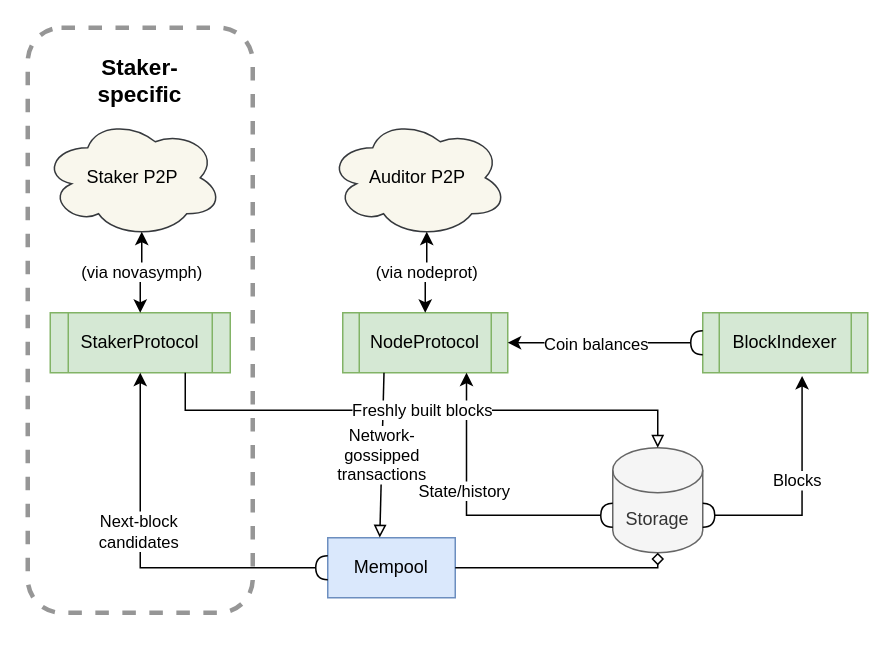
This is diagram.drawio from mel-project/melnode, a draw.io file, before an edit. Source tidied: cells renumbered, new cells numbered last; positions are measured from the earlier drawing's top-left corner, leaving out a move shared by most shapes. Both pictures are drawn from the tidied source at 150%, with x=0, y=0 at pixel (27, 27).
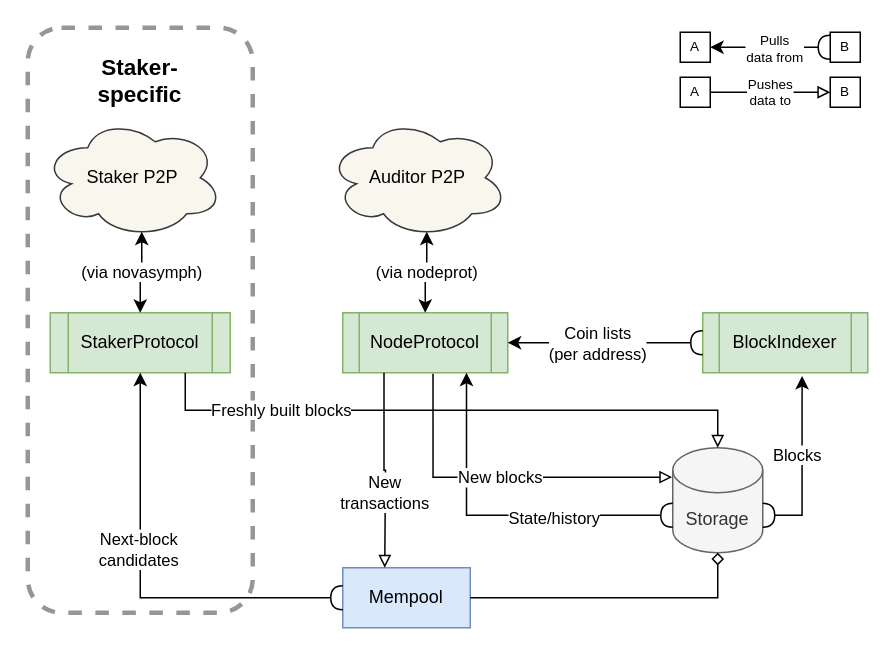
The same diagram, later.

The change refers to these unchanged cells:
```xml
<mxCell id="3" value="NodeProtocol" style="shape=process;whiteSpace=wrap;html=1;backgroundOutline=1;fontFamily=Iosevka Aile;fillColor=#d5e8d4;strokeColor=#82b366;" parent="1" vertex="1">
  <mxGeometry x="210" y="190" width="110" height="40" as="geometry" />
</mxCell>
<mxCell id="6" style="endArrow=classic;html=1;rounded=0;exitX=0;exitY=0;exitDx=0;exitDy=45;entryX=0.75;entryY=1;entryDx=0;entryDy=0;startArrow=halfCircle;startFill=0;endFill=1;exitPerimeter=0;edgeStyle=orthogonalEdgeStyle;fontFamily=Iosevka Aile;" parent="1" edge="1" source="4" target="3">
  <mxGeometry relative="1" as="geometry" />
</mxCell>
<mxCell id="12" style="endArrow=classic;html=1;rounded=0;exitX=0;exitY=0.5;exitDx=0;exitDy=0;entryX=1;entryY=0.5;entryDx=0;entryDy=0;startArrow=halfCircle;startFill=0;endFill=1;edgeStyle=orthogonalEdgeStyle;fontFamily=Iosevka Aile;" parent="1" edge="1" source="5" target="3">
  <mxGeometry relative="1" as="geometry" />
</mxCell>
<mxCell id="17" value="StakerProtocol" style="shape=process;whiteSpace=wrap;html=1;backgroundOutline=1;fontFamily=Iosevka Aile;fillColor=#d5e8d4;strokeColor=#82b366;" parent="1" vertex="1">
  <mxGeometry x="15" y="190" width="120" height="40" as="geometry" />
</mxCell>
```

Diff of the diagram source:
```diff
@@
     <mxCell id="4" value="Storage" style="shape=cylinder3;whiteSpace=wrap;html=1;boundedLbl=1;backgroundOutline=1;size=15;fontFamily=Iosevka Aile;fillColor=#f5f5f5;strokeColor=#666666;fontColor=#333333;" parent="1" vertex="1">
-      <mxGeometry x="390" y="280" width="60" height="70" as="geometry" />
+      <mxGeometry x="430" y="280" width="60" height="70" as="geometry" />
     </mxCell>
@@
     <mxCell id="7" value="State/history" style="edgeLabel;html=1;align=center;verticalAlign=middle;fontFamily=Iosevka Aile;" parent="6" vertex="1">
-      <mxGeometry x="0.18" y="2" relative="1" as="geometry" />
+      <mxGeometry x="0.18" y="2" relative="1" as="geometry">
+        <mxPoint x="57" y="-1" as="offset" />
+      </mxGeometry>
     </mxCell>
@@
     <mxCell id="10" value="Mempool" style="shape=rectangle;whiteSpace=wrap;html=1;backgroundOutline=1;fontFamily=Iosevka Aile;rounded=0;perimeter=rectanglePerimeter;fillColor=#dae8fc;strokeColor=#6c8ebf;" parent="1" vertex="1">
-      <mxGeometry x="200" y="340" width="85" height="40" as="geometry" />
+      <mxGeometry x="210" y="360" width="85" height="40" as="geometry" />
     </mxCell>
@@
-    <mxCell id="13" value="Coin balances" style="edgeLabel;html=1;align=center;verticalAlign=middle;fontFamily=Iosevka Aile;" parent="12" vertex="1">
+    <mxCell id="13" value="Coin lists&lt;br&gt;(per address)" style="edgeLabel;html=1;align=center;verticalAlign=middle;fontFamily=Iosevka Aile;" parent="12" vertex="1">
       <mxGeometry x="0.21" relative="1" as="geometry">
-        <mxPoint x="7" as="offset" />
+        <mxPoint x="8" as="offset" />
       </mxGeometry>
     </mxCell>
-    <mxCell id="14" value="Network-&lt;br&gt;gossipped&lt;br&gt;transactions" style="endArrow=block;html=1;rounded=0;fontFamily=Iosevka Aile;elbow=vertical;exitX=0.25;exitY=1;exitDx=0;exitDy=0;entryX=0.408;entryY=-0.004;entryDx=0;entryDy=0;entryPerimeter=0;endFill=0;" parent="1" edge="1" source="3" target="10">
-      <mxGeometry relative="1" as="geometry" />
+    <mxCell id="14" value="New&lt;br&gt;transactions" style="endArrow=block;html=1;rounded=0;fontFamily=Iosevka Aile;elbow=vertical;exitX=0.25;exitY=1;exitDx=0;exitDy=0;endFill=0;edgeStyle=orthogonalEdgeStyle;" parent="1" edge="1" source="3">
+      <mxGeometry x="0.23" relative="1" as="geometry">
+        <mxPoint x="238" y="360" as="targetPoint" />
+      </mxGeometry>
     </mxCell>
@@
     <mxCell id="20" value="Freshly built blocks" style="endArrow=block;html=1;rounded=0;fontFamily=Iosevka Aile;elbow=vertical;entryX=0.5;entryY=0;entryDx=0;entryDy=0;entryPerimeter=0;endFill=0;edgeStyle=orthogonalEdgeStyle;exitX=0.75;exitY=1;exitDx=0;exitDy=0;" parent="1" edge="1" source="17" target="4">
-      <mxGeometry relative="1" as="geometry" />
+      <mxGeometry x="-0.56" relative="1" as="geometry" />
     </mxCell>
@@
+    <mxCell id="24" value="New blocks" style="endArrow=block;html=1;rounded=0;fontFamily=Iosevka Aile;elbow=vertical;exitX=0.547;exitY=1.015;exitDx=0;exitDy=0;endFill=0;edgeStyle=orthogonalEdgeStyle;exitPerimeter=0;entryX=-0.006;entryY=0.28;entryDx=0;entryDy=0;entryPerimeter=0;" parent="1" edge="1" source="3" target="4">
+      <mxGeometry relative="1" as="geometry" />
+    </mxCell>
+    <mxCell id="25" style="group;" parent="1" vertex="1">
+      <mxGeometry x="435" y="3" width="120" height="50" as="geometry" />
+    </mxCell>
+    <mxCell id="26" value="A" style="whiteSpace=wrap;html=1;fontFamily=Iosevka Aile;fontSize=9;" parent="25" vertex="1">
+      <mxGeometry width="20" height="20" as="geometry" />
+    </mxCell>
+    <mxCell id="27" value="B" style="whiteSpace=wrap;html=1;fontFamily=Iosevka Aile;fontSize=9;" parent="25" vertex="1">
+      <mxGeometry x="100" width="20" height="20" as="geometry" />
+    </mxCell>
+    <mxCell id="28" style="endArrow=classic;html=1;rounded=0;exitX=0;exitY=0.5;exitDx=0;exitDy=0;entryX=1;entryY=0.5;entryDx=0;entryDy=0;startArrow=halfCircle;startFill=0;endFill=1;edgeStyle=orthogonalEdgeStyle;fontFamily=Iosevka Aile;fontSize=9;" parent="25" edge="1" source="27" target="26">
+      <mxGeometry relative="1" as="geometry" />
+    </mxCell>
+    <mxCell id="29" value="Pulls &lt;br style=&quot;font-size: 9px;&quot;&gt;data from" style="edgeLabel;html=1;align=center;verticalAlign=middle;fontFamily=Iosevka Aile;fontSize=9;" parent="28" vertex="1">
+      <mxGeometry x="0.18" y="2" relative="1" as="geometry">
+        <mxPoint x="9" y="-2" as="offset" />
+      </mxGeometry>
+    </mxCell>
+    <mxCell id="30" value="A" style="whiteSpace=wrap;html=1;fontFamily=Iosevka Aile;fontSize=9;" parent="25" vertex="1">
+      <mxGeometry y="30" width="20" height="20" as="geometry" />
+    </mxCell>
+    <mxCell id="31" value="B" style="whiteSpace=wrap;html=1;fontFamily=Iosevka Aile;fontSize=9;" parent="25" vertex="1">
+      <mxGeometry x="100" y="30" width="20" height="20" as="geometry" />
+    </mxCell>
+    <mxCell id="32" value="&lt;font style=&quot;font-size: 9px;&quot;&gt;Pushes&lt;br style=&quot;font-size: 9px;&quot;&gt;data to&lt;br style=&quot;font-size: 9px;&quot;&gt;&lt;/font&gt;" style="endArrow=block;html=1;rounded=0;fontFamily=Iosevka Aile;elbow=vertical;exitX=1;exitY=0.5;exitDx=0;exitDy=0;endFill=0;edgeStyle=orthogonalEdgeStyle;entryX=0;entryY=0.5;entryDx=0;entryDy=0;fontSize=9;" parent="25" edge="1" source="30" target="31">
+      <mxGeometry relative="1" as="geometry" />
+    </mxCell>
```
